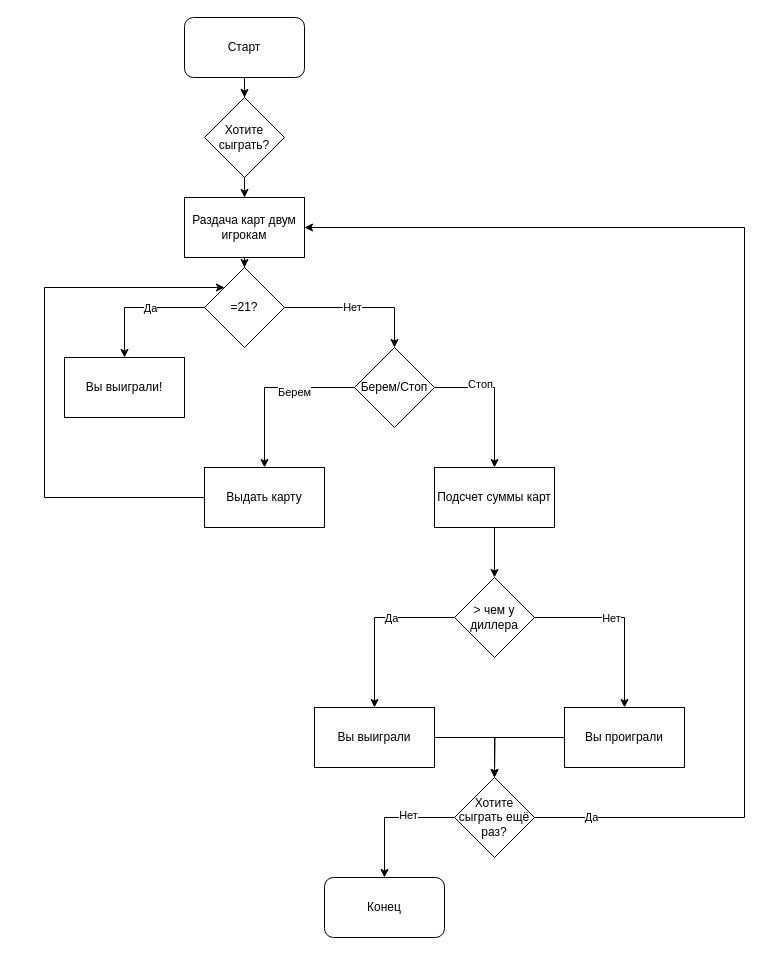
ShiroyashaSG/100_Days_of_Code keeps this draw.io diagram as Beginner/Диаграмма без названия.drawio. Above is the earlier version. Source tidied: cells renumbered, new cells numbered last; positions are measured from the earlier drawing's top-left corner, leaving out a move shared by most shapes. Both pictures are drawn from the tidied source at 100%, with x=0, y=0 at pixel (44, 17).
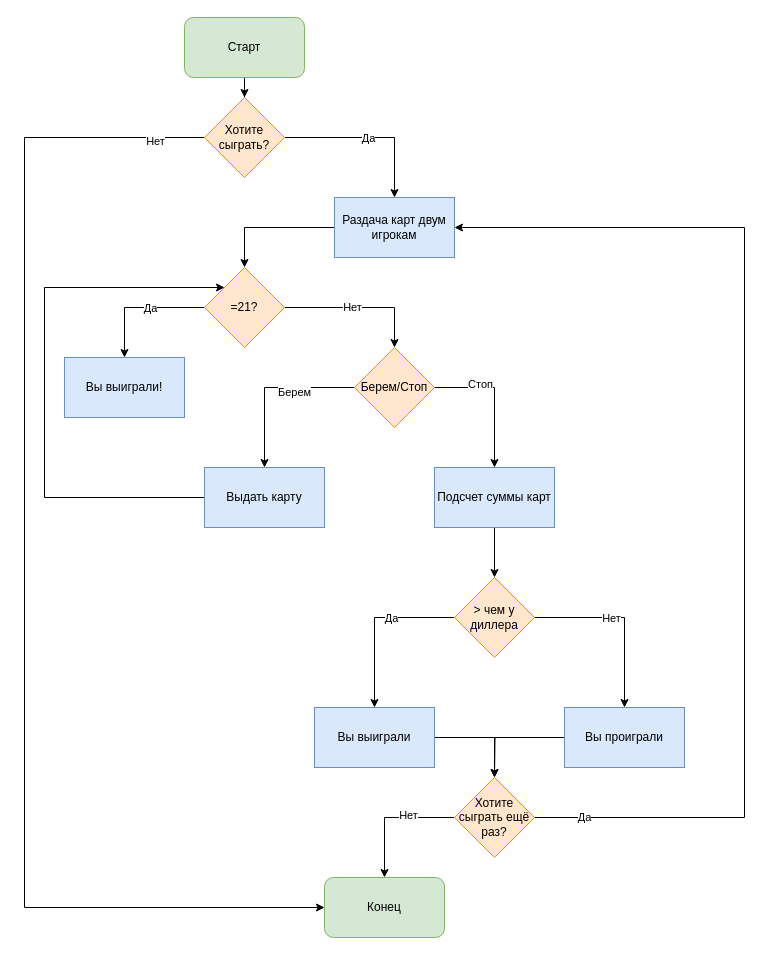
After the change.

The change refers to these unchanged cells:
```xml
<mxCell id="36" style="edgeStyle=orthogonalEdgeStyle;rounded=0;jettySize=auto;html=1;entryX=0.5;entryY=0;entryDx=0;entryDy=0;" parent="1" edge="1" source="37" target="5">
  <mxGeometry relative="1" as="geometry" />
</mxCell>
```

Change to the diagram source:
```diff
@@
-    <mxCell id="3" value="Старт" style="rounded=1;whiteSpace=wrap;html=1;" parent="1" vertex="1">
+    <mxCell id="3" value="Старт" style="rounded=1;whiteSpace=wrap;html=1;fillColor=#d5e8d4;strokeColor=#82b366;" parent="1" vertex="1">
       <mxGeometry x="140" width="120" height="60" as="geometry" />
     </mxCell>
@@
-    <mxCell id="5" value="Раздача карт двум игрокам" style="rounded=0;whiteSpace=wrap;html=1;" parent="1" vertex="1">
-      <mxGeometry x="140" y="180" width="120" height="60" as="geometry" />
+    <mxCell id="5" value="Раздача карт двум игрокам" style="rounded=0;whiteSpace=wrap;html=1;fillColor=#dae8fc;strokeColor=#6c8ebf;" parent="1" vertex="1">
+      <mxGeometry x="290" y="180" width="120" height="60" as="geometry" />
     </mxCell>
@@
-    <mxCell id="10" value="=21?" style="rhombus;whiteSpace=wrap;html=1;" parent="1" vertex="1">
+    <mxCell id="10" value="=21?" style="rhombus;whiteSpace=wrap;html=1;fillColor=#ffe6cc;strokeColor=#d79b00;" parent="1" vertex="1">
       <mxGeometry x="160" y="250" width="80" height="80" as="geometry" />
     </mxCell>
-    <mxCell id="11" value="Вы выиграли!" style="rounded=0;whiteSpace=wrap;html=1;" parent="1" vertex="1">
+    <mxCell id="11" value="Вы выиграли!" style="rounded=0;whiteSpace=wrap;html=1;fillColor=#dae8fc;strokeColor=#6c8ebf;" parent="1" vertex="1">
       <mxGeometry x="20" y="340" width="120" height="60" as="geometry" />
     </mxCell>
@@
-    <mxCell id="16" value="Берем/Стоп" style="rhombus;whiteSpace=wrap;html=1;" parent="1" vertex="1">
+    <mxCell id="16" value="Берем/Стоп" style="rhombus;whiteSpace=wrap;html=1;fillColor=#ffe6cc;strokeColor=#d79b00;" parent="1" vertex="1">
       <mxGeometry x="310" y="330" width="80" height="80" as="geometry" />
     </mxCell>
@@
-    <mxCell id="18" value="Выдать карту" style="rounded=0;whiteSpace=wrap;html=1;" parent="1" vertex="1">
+    <mxCell id="18" value="Выдать карту" style="rounded=0;whiteSpace=wrap;html=1;fillColor=#dae8fc;strokeColor=#6c8ebf;" parent="1" vertex="1">
       <mxGeometry x="160" y="450" width="120" height="60" as="geometry" />
     </mxCell>
@@
-    <mxCell id="20" value="Подсчет суммы карт" style="rounded=0;whiteSpace=wrap;html=1;" parent="1" vertex="1">
+    <mxCell id="20" value="Подсчет суммы карт" style="rounded=0;whiteSpace=wrap;html=1;fillColor=#dae8fc;strokeColor=#6c8ebf;" parent="1" vertex="1">
       <mxGeometry x="390" y="450" width="120" height="60" as="geometry" />
     </mxCell>
@@
-    <mxCell id="25" value="&amp;gt; чем у диллера" style="rhombus;whiteSpace=wrap;html=1;" parent="1" vertex="1">
+    <mxCell id="25" value="&amp;gt; чем у диллера" style="rhombus;whiteSpace=wrap;html=1;fillColor=#ffe6cc;strokeColor=#d79b00;" parent="1" vertex="1">
       <mxGeometry x="410" y="560" width="80" height="80" as="geometry" />
     </mxCell>
@@
-    <mxCell id="27" value="Вы выиграли" style="rounded=0;whiteSpace=wrap;html=1;" parent="1" vertex="1">
+    <mxCell id="27" value="Вы выиграли" style="rounded=0;whiteSpace=wrap;html=1;fillColor=#dae8fc;strokeColor=#6c8ebf;" parent="1" vertex="1">
       <mxGeometry x="270" y="690" width="120" height="60" as="geometry" />
     </mxCell>
@@
-    <mxCell id="29" value="Вы проиграли" style="rounded=0;whiteSpace=wrap;html=1;" parent="1" vertex="1">
+    <mxCell id="29" value="Вы проиграли" style="rounded=0;whiteSpace=wrap;html=1;fillColor=#dae8fc;strokeColor=#6c8ebf;" parent="1" vertex="1">
       <mxGeometry x="520" y="690" width="120" height="60" as="geometry" />
     </mxCell>
@@
-    <mxCell id="34" value="Хотите сыграть ещё раз?" style="rhombus;whiteSpace=wrap;html=1;" parent="1" vertex="1">
+    <mxCell id="34" value="Хотите сыграть ещё раз?" style="rhombus;whiteSpace=wrap;html=1;fillColor=#ffe6cc;strokeColor=#d79b00;" parent="1" vertex="1">
       <mxGeometry x="410" y="760" width="80" height="80" as="geometry" />
     </mxCell>
-    <mxCell id="35" value="Конец" style="rounded=1;whiteSpace=wrap;html=1;" parent="1" vertex="1">
+    <mxCell id="35" value="Конец" style="rounded=1;whiteSpace=wrap;html=1;fillColor=#d5e8d4;strokeColor=#82b366;" parent="1" vertex="1">
       <mxGeometry x="280" y="860" width="120" height="60" as="geometry" />
     </mxCell>
@@
+    <mxCell id="38" value="Да" style="edgeLabel;html=1;align=center;verticalAlign=middle;" parent="36" vertex="1">
+      <mxGeometry x="-0.02" relative="1" as="geometry" />
+    </mxCell>
+    <mxCell id="39" style="edgeStyle=orthogonalEdgeStyle;rounded=0;jettySize=auto;html=1;" parent="1" edge="1" source="37">
+      <mxGeometry relative="1" as="geometry">
+        <mxPoint x="280" y="890" as="targetPoint" />
+        <Array as="points">
+          <mxPoint x="-20" y="120" />
+          <mxPoint x="-20" y="890" />
+        </Array>
+      </mxGeometry>
+    </mxCell>
+    <mxCell id="40" value="Нет" style="edgeLabel;html=1;align=center;verticalAlign=middle;" parent="39" vertex="1">
+      <mxGeometry x="-0.92" y="3" relative="1" as="geometry" />
+    </mxCell>
-    <mxCell id="37" value="Хотите сыграть?" style="rhombus;whiteSpace=wrap;html=1;" parent="1" vertex="1">
+    <mxCell id="37" value="Хотите сыграть?" style="rhombus;whiteSpace=wrap;html=1;fillColor=#ffe6cc;strokeColor=#d79b00;" parent="1" vertex="1">
       <mxGeometry x="160" y="80" width="80" height="80" as="geometry" />
     </mxCell>
```
